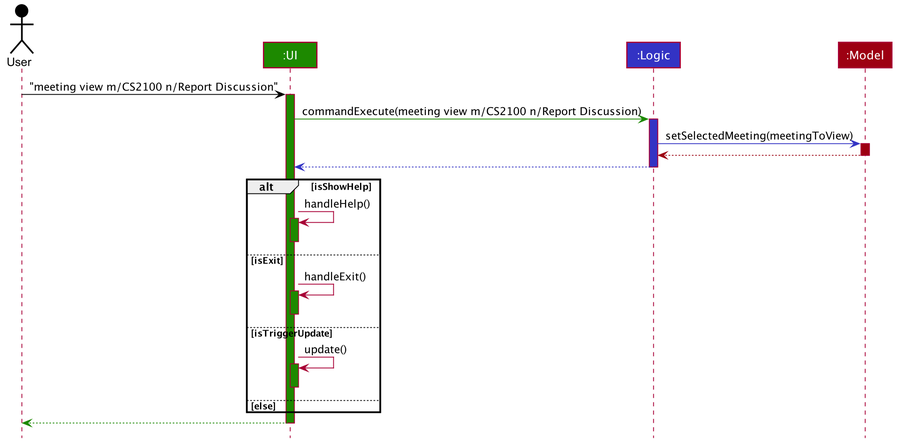
Above: docs/images/ViewMeetingSequenceDiagram.png in nus-cs2103-AY2021S1/tp (PlantUML), before the change.
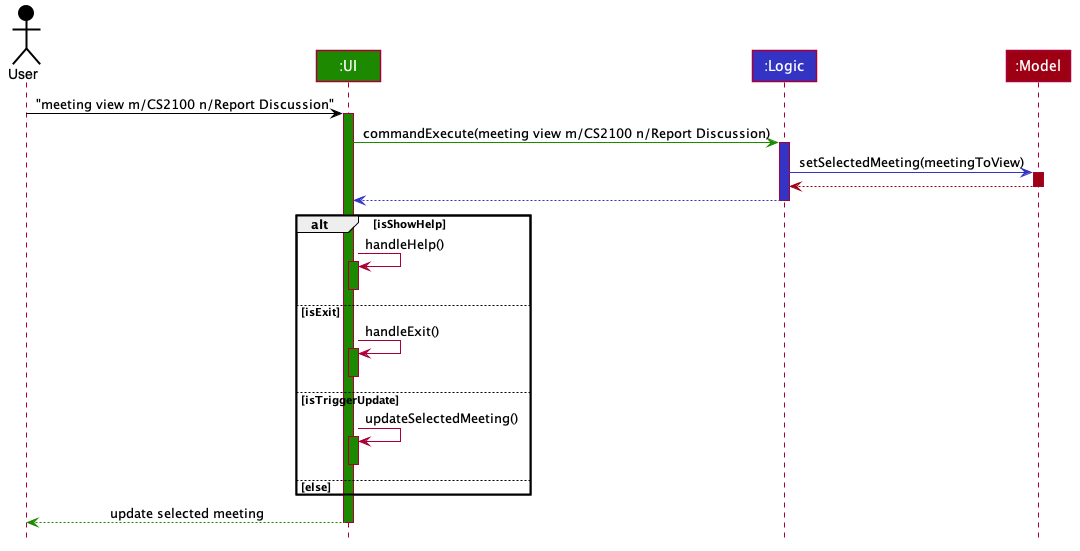
The same file after the commit.

What changed in the source:
```diff
@@ -77,12 +77,12 @@
     activate ui #1D8900
     deactivate ui #1D8900
 else isTriggerUpdate
-    ui-> ui : update()
+    ui-> ui : updateSelectedMeeting()
     activate ui #1D8900
     deactivate ui #1D8900
 else else
 end
 
-ui--[#1D8900]> user
+ui--[#1D8900]> user : update selected meeting
 deactivate ui
 @enduml
```
